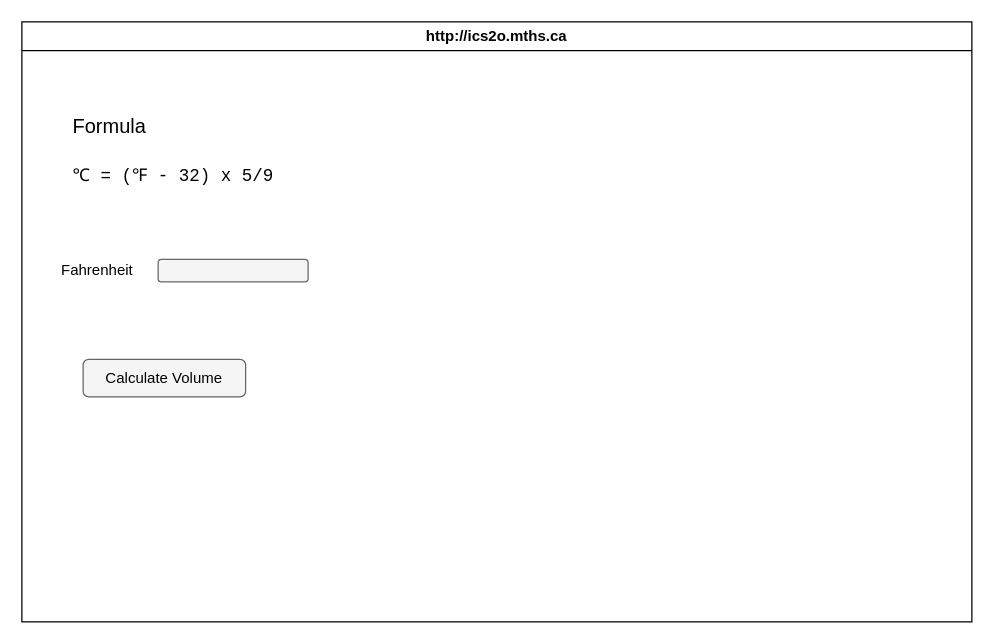
This is design/storyboard.drawio from MTHS-ICS2O-2-2022/ICS2O-Unit-3-04-Lucas-Osmond, a draw.io file, before an edit. Source tidied: cells renumbered, new cells numbered last; positions are measured from the earlier drawing's top-left corner, leaving out a move shared by most shapes. Both pictures are drawn from the tidied source at 125%, with x=0, y=0 at pixel (21, 21).
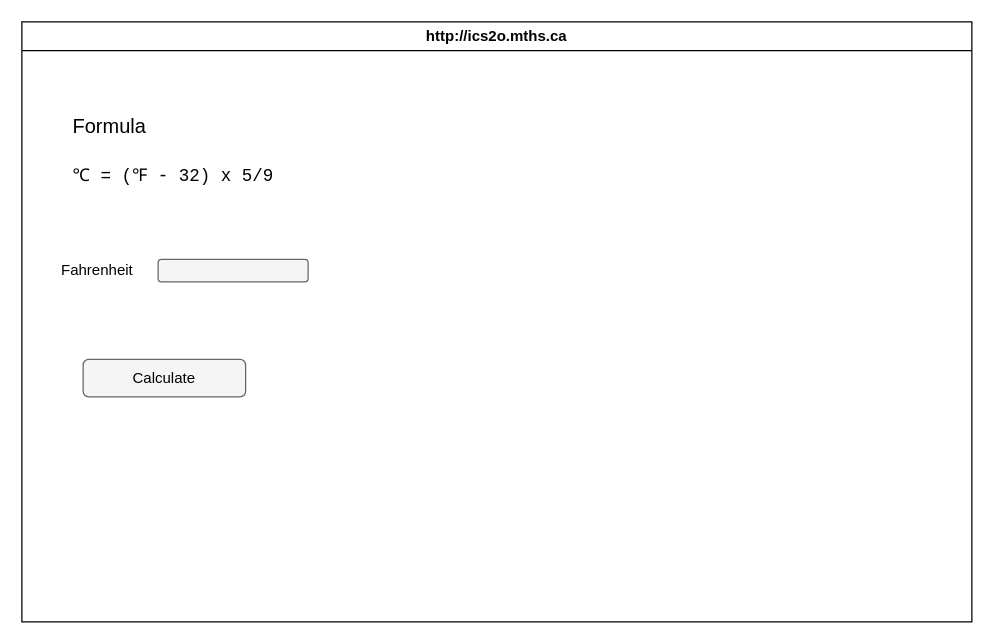
The same diagram, later.

What changed in the source:
```diff
@@
 <mxGraphModel background="#ffffff">
   <root>
     <mxCell id="0" />
     <mxCell id="1" parent="0" />
     <mxCell id="2" value="&lt;font color=&quot;#000000&quot;&gt;http://ics2o.mths.ca&lt;/font&gt;" style="swimlane;whiteSpace=wrap;html=1;fillColor=#FFFFFF;" parent="1" vertex="1">
       <mxGeometry width="760" height="480" as="geometry" />
     </mxCell>
     <mxCell id="3" style="rounded=1;whiteSpace=wrap;html=1;fillColor=#f5f5f5;fontColor=#333333;strokeColor=#666666;" parent="2" vertex="1">
       <mxGeometry x="109" y="190" width="120" height="18" as="geometry" />
     </mxCell>
-    <mxCell id="4" value="Calculate Volume" style="rounded=1;whiteSpace=wrap;html=1;fillColor=#f5f5f5;fontColor=#000000;strokeColor=#666666;" parent="1" vertex="1">
+    <mxCell id="4" value="Calculate" style="rounded=1;whiteSpace=wrap;html=1;fillColor=#f5f5f5;fontColor=#000000;strokeColor=#666666;" parent="1" vertex="1">
       <mxGeometry x="49" y="270" width="130" height="30" as="geometry" />
     </mxCell>
     <mxCell id="5" value="Fahrenheit" style="text;html=1;align=center;verticalAlign=middle;strokeColor=none;fillColor=none;fontColor=#000000;" parent="1" vertex="1">
       <mxGeometry x="20" y="184" width="80" height="30" as="geometry" />
     </mxCell>
     <mxCell id="6" value="&lt;font style=&quot;font-size: 16px;&quot;&gt;Formula&lt;br&gt;&lt;br&gt;&lt;span style=&quot;font-family: Consolas, &amp;quot;Courier New&amp;quot;, monospace; font-size: 14px;&quot;&gt;℃ = (℉ - 32) x 5/9&lt;/span&gt;&lt;br&gt;&lt;/font&gt;" style="text;html=1;align=left;verticalAlign=middle;strokeColor=none;fillColor=none;strokeWidth=1;fontColor=#000000;labelBackgroundColor=none;" parent="1" vertex="1">
       <mxGeometry x="39" y="68" width="180" height="70" as="geometry" />
     </mxCell>
   </root>
 </mxGraphModel>
```
